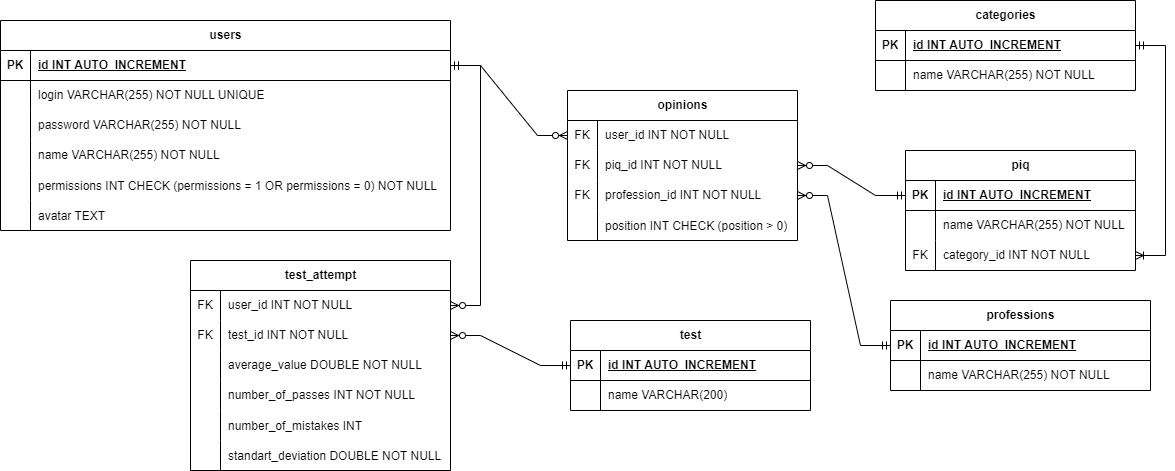
naku0/OPDOPDOPD keeps this draw.io diagram as labaOPDOPDOPD/db_things/opdopdopd.png. Above is the earlier version. Source tidied: cells renumbered, new cells last; positions are measured from the earlier drawing's top-left corner, leaving out a move shared by most shapes.
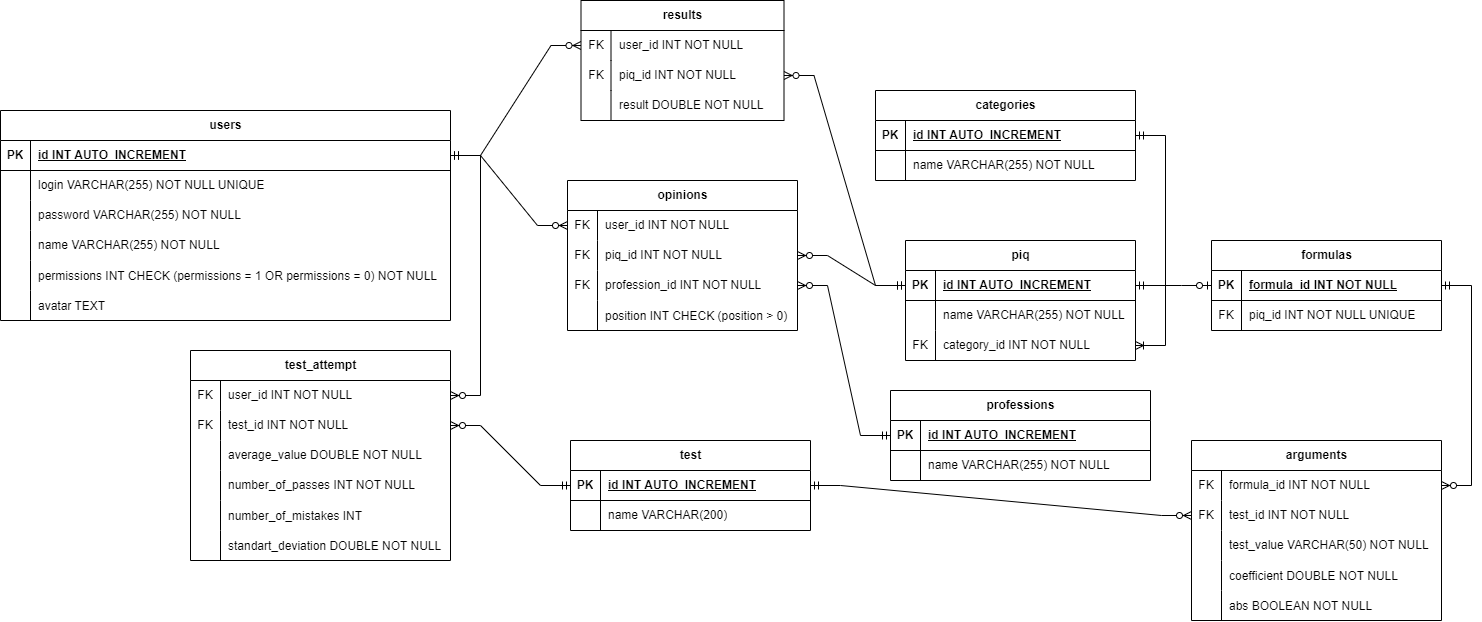
The same file after the commit.

Commit message:
заготовки для работы с формулами

Diff of the diagram source:
```diff
@@ -183,7 +183,7 @@
       <mxGeometry relative="1" as="geometry" />
     </mxCell>
     <mxCell id="62" value="test" style="shape=table;startSize=30;rowLines=0;fontStyle=1;align=center;html=1;" parent="1" vertex="1">
-      <mxGeometry x="570" y="320" width="240" height="90" as="geometry" />
+      <mxGeometry x="570" y="350" width="240" height="90" as="geometry" />
     </mxCell>
     <mxCell id="63" style="shape=tableRow;horizontal=0;startSize=0;swimlaneHead=0;swimlaneBody=0;fillColor=none;points=[[0,0.5],[1,0.5]];portConstraint=eastwest;top=0;left=0;right=0;bottom=1;" parent="62" vertex="1">
       <mxGeometry y="30" width="240" height="30" as="geometry" />
@@ -266,5 +266,119 @@
     <mxCell id="89" style="edgeStyle=entityRelationEdgeStyle;fontSize=12;html=1;endArrow=ERzeroToMany;startArrow=ERmandOne;rounded=0;entryX=1;entryY=0.5;entryDx=0;entryDy=0;exitX=0;exitY=0.5;exitDx=0;exitDy=0;" parent="1" edge="1" source="63" target="73">
       <mxGeometry relative="1" as="geometry" />
     </mxCell>
+    <mxCell id="90" value="results" style="shape=table;startSize=30;rowLines=0;fontStyle=1;align=center;html=1;" parent="1" vertex="1">
+      <mxGeometry x="580.5" y="-90" width="203" height="120" as="geometry" />
+    </mxCell>
+    <mxCell id="91" style="shape=tableRow;horizontal=0;startSize=0;swimlaneHead=0;swimlaneBody=0;fillColor=none;points=[[0,0.5],[1,0.5]];portConstraint=eastwest;top=0;left=0;right=0;bottom=0;" parent="90" vertex="1">
+      <mxGeometry y="30" width="203" height="30" as="geometry" />
+    </mxCell>
+    <mxCell id="92" value="FK" style="shape=partialRectangle;fillColor=none;top=0;left=0;bottom=0;right=0;overflow=hidden;whiteSpace=wrap;html=1;" parent="91" vertex="1">
+      <mxGeometry width="30" height="30" as="geometry" />
+    </mxCell>
+    <mxCell id="93" value="user_id INT NOT NULL" style="shape=partialRectangle;fillColor=none;top=0;left=0;bottom=0;right=0;align=left;spacingLeft=6;overflow=hidden;whiteSpace=wrap;html=1;" parent="91" vertex="1">
+      <mxGeometry x="30" width="173" height="30" as="geometry" />
+    </mxCell>
+    <mxCell id="94" style="shape=tableRow;horizontal=0;startSize=0;swimlaneHead=0;swimlaneBody=0;fillColor=none;points=[[0,0.5],[1,0.5]];portConstraint=eastwest;top=0;left=0;right=0;bottom=0;" parent="90" vertex="1">
+      <mxGeometry y="60" width="203" height="30" as="geometry" />
+    </mxCell>
+    <mxCell id="95" value="FK" style="shape=partialRectangle;fillColor=none;top=0;left=0;bottom=0;right=0;overflow=hidden;whiteSpace=wrap;html=1;" parent="94" vertex="1">
+      <mxGeometry width="30" height="30" as="geometry" />
+    </mxCell>
+    <mxCell id="96" value="piq_id INT NOT NULL" style="shape=partialRectangle;fillColor=none;top=0;left=0;bottom=0;right=0;align=left;spacingLeft=6;overflow=hidden;whiteSpace=wrap;html=1;" parent="94" vertex="1">
+      <mxGeometry x="30" width="173" height="30" as="geometry" />
+    </mxCell>
+    <mxCell id="97" style="shape=tableRow;horizontal=0;startSize=0;swimlaneHead=0;swimlaneBody=0;fillColor=none;top=0;left=0;right=0;bottom=0;" parent="90" vertex="1">
+      <mxGeometry y="90" width="203" height="30" as="geometry" />
+    </mxCell>
+    <mxCell id="98" style="shape=partialRectangle;fillColor=none;top=0;left=0;bottom=0;right=0;overflow=hidden;whiteSpace=wrap;html=1;" parent="97" vertex="1">
+      <mxGeometry width="30" height="30" as="geometry" />
+    </mxCell>
+    <mxCell id="99" value="result DOUBLE NOT NULL" style="shape=partialRectangle;fillColor=none;top=0;left=0;bottom=0;right=0;align=left;spacingLeft=6;overflow=hidden;whiteSpace=wrap;html=1;" parent="97" vertex="1">
+      <mxGeometry x="30" width="173" height="30" as="geometry" />
+    </mxCell>
+    <mxCell id="100" style="edgeStyle=entityRelationEdgeStyle;fontSize=12;html=1;endArrow=ERzeroToMany;startArrow=ERmandOne;rounded=0;exitX=1;exitY=0.5;exitDx=0;exitDy=0;entryX=0;entryY=0.5;entryDx=0;entryDy=0;" parent="1" edge="1" source="3" target="91">
+      <mxGeometry relative="1" as="geometry" />
+    </mxCell>
+    <mxCell id="101" style="edgeStyle=entityRelationEdgeStyle;fontSize=12;html=1;endArrow=ERzeroToMany;startArrow=ERmandOne;rounded=0;entryX=1;entryY=0.5;entryDx=0;entryDy=0;exitX=0;exitY=0.5;exitDx=0;exitDy=0;" parent="1" edge="1" source="36" target="94">
+      <mxGeometry relative="1" as="geometry" />
+    </mxCell>
+    <mxCell id="102" value="formulas" style="shape=table;startSize=30;rowLines=0;fontStyle=1;align=center;html=1;" parent="1" vertex="1">
+      <mxGeometry x="1211" y="150" width="230" height="90" as="geometry" />
+    </mxCell>
+    <mxCell id="103" style="shape=tableRow;horizontal=0;startSize=0;swimlaneHead=0;swimlaneBody=0;fillColor=none;points=[[0,0.5],[1,0.5]];portConstraint=eastwest;top=0;left=0;right=0;bottom=1;" parent="102" vertex="1">
+      <mxGeometry y="30" width="230" height="30" as="geometry" />
+    </mxCell>
+    <mxCell id="104" value="PK" style="shape=partialRectangle;fillColor=none;top=0;left=0;bottom=0;right=0;fontStyle=1;overflow=hidden;whiteSpace=wrap;html=1;" parent="103" vertex="1">
+      <mxGeometry width="30" height="30" as="geometry" />
+    </mxCell>
+    <mxCell id="105" value="formula_id INT NOT NULL" style="shape=partialRectangle;fillColor=none;top=0;left=0;bottom=0;right=0;align=left;spacingLeft=6;fontStyle=5;overflow=hidden;whiteSpace=wrap;html=1;" parent="103" vertex="1">
+      <mxGeometry x="30" width="200" height="30" as="geometry" />
+    </mxCell>
+    <mxCell id="106" style="shape=tableRow;horizontal=0;startSize=0;swimlaneHead=0;swimlaneBody=0;fillColor=none;top=0;left=0;right=0;bottom=0;" parent="102" vertex="1">
+      <mxGeometry y="60" width="230" height="30" as="geometry" />
+    </mxCell>
+    <mxCell id="107" value="FK" style="shape=partialRectangle;fillColor=none;top=0;left=0;bottom=0;right=0;overflow=hidden;whiteSpace=wrap;html=1;" parent="106" vertex="1">
+      <mxGeometry width="30" height="30" as="geometry" />
+    </mxCell>
+    <mxCell id="108" value="piq_id INT NOT NULL UNIQUE" style="shape=partialRectangle;fillColor=none;top=0;left=0;bottom=0;right=0;align=left;spacingLeft=6;overflow=hidden;whiteSpace=wrap;html=1;" parent="106" vertex="1">
+      <mxGeometry x="30" width="200" height="30" as="geometry" />
+    </mxCell>
+    <mxCell id="109" style="edgeStyle=entityRelationEdgeStyle;fontSize=12;html=1;endArrow=ERzeroToOne;startArrow=ERmandOne;rounded=0;entryX=0;entryY=0.5;entryDx=0;entryDy=0;exitX=1;exitY=0.5;exitDx=0;exitDy=0;" parent="1" edge="1" source="36" target="103">
+      <mxGeometry relative="1" as="geometry" />
+    </mxCell>
+    <mxCell id="110" value="arguments" style="shape=table;startSize=30;rowLines=0;fontStyle=1;align=center;html=1;" parent="1" vertex="1">
+      <mxGeometry x="1191" y="350" width="250" height="180" as="geometry" />
+    </mxCell>
+    <mxCell id="111" style="shape=tableRow;horizontal=0;startSize=0;swimlaneHead=0;swimlaneBody=0;fillColor=none;points=[[0,0.5],[1,0.5]];portConstraint=eastwest;top=0;left=0;right=0;bottom=0;" parent="110" vertex="1">
+      <mxGeometry y="30" width="250" height="30" as="geometry" />
+    </mxCell>
+    <mxCell id="112" value="FK" style="shape=partialRectangle;fillColor=none;top=0;left=0;bottom=0;right=0;overflow=hidden;whiteSpace=wrap;html=1;" parent="111" vertex="1">
+      <mxGeometry width="30" height="30" as="geometry" />
+    </mxCell>
+    <mxCell id="113" value="formula_id INT NOT NULL" style="shape=partialRectangle;fillColor=none;top=0;left=0;bottom=0;right=0;align=left;spacingLeft=6;overflow=hidden;whiteSpace=wrap;html=1;" parent="111" vertex="1">
+      <mxGeometry x="30" width="220" height="30" as="geometry" />
+    </mxCell>
+    <mxCell id="114" style="shape=tableRow;horizontal=0;startSize=0;swimlaneHead=0;swimlaneBody=0;fillColor=none;points=[[0,0.5],[1,0.5]];portConstraint=eastwest;top=0;left=0;right=0;bottom=0;" parent="110" vertex="1">
+      <mxGeometry y="60" width="250" height="30" as="geometry" />
+    </mxCell>
+    <mxCell id="115" value="FK" style="shape=partialRectangle;fillColor=none;top=0;left=0;bottom=0;right=0;overflow=hidden;whiteSpace=wrap;html=1;" parent="114" vertex="1">
+      <mxGeometry width="30" height="30" as="geometry" />
+    </mxCell>
+    <mxCell id="116" value="test_id INT NOT NULL" style="shape=partialRectangle;fillColor=none;top=0;left=0;bottom=0;right=0;align=left;spacingLeft=6;overflow=hidden;whiteSpace=wrap;html=1;" parent="114" vertex="1">
+      <mxGeometry x="30" width="220" height="30" as="geometry" />
+    </mxCell>
+    <mxCell id="117" style="shape=tableRow;horizontal=0;startSize=0;swimlaneHead=0;swimlaneBody=0;fillColor=none;top=0;left=0;right=0;bottom=0;" parent="110" vertex="1">
+      <mxGeometry y="90" width="250" height="30" as="geometry" />
+    </mxCell>
+    <mxCell id="118" style="shape=partialRectangle;fillColor=none;top=0;left=0;bottom=0;right=0;overflow=hidden;whiteSpace=wrap;html=1;" parent="117" vertex="1">
+      <mxGeometry width="30" height="30" as="geometry" />
+    </mxCell>
+    <mxCell id="119" value="test_value VARCHAR(50) NOT NULL" style="shape=partialRectangle;fillColor=none;top=0;left=0;bottom=0;right=0;align=left;spacingLeft=6;overflow=hidden;whiteSpace=wrap;html=1;" parent="117" vertex="1">
+      <mxGeometry x="30" width="220" height="30" as="geometry" />
+    </mxCell>
+    <mxCell id="120" style="shape=tableRow;horizontal=0;startSize=0;swimlaneHead=0;swimlaneBody=0;fillColor=none;top=0;left=0;right=0;bottom=0;" parent="110" vertex="1">
+      <mxGeometry y="120" width="250" height="30" as="geometry" />
+    </mxCell>
+    <mxCell id="121" style="shape=partialRectangle;fillColor=none;top=0;left=0;bottom=0;right=0;overflow=hidden;" parent="120" vertex="1">
+      <mxGeometry width="30" height="30" as="geometry" />
+    </mxCell>
+    <mxCell id="122" value="coefficient DOUBLE NOT NULL" style="shape=partialRectangle;fillColor=none;top=0;left=0;bottom=0;right=0;align=left;spacingLeft=6;overflow=hidden;" parent="120" vertex="1">
+      <mxGeometry x="30" width="220" height="30" as="geometry" />
+    </mxCell>
+    <mxCell id="123" style="shape=tableRow;horizontal=0;startSize=0;swimlaneHead=0;swimlaneBody=0;fillColor=none;top=0;left=0;right=0;bottom=0;" parent="110" vertex="1">
+      <mxGeometry y="150" width="250" height="30" as="geometry" />
+    </mxCell>
+    <mxCell id="124" style="shape=partialRectangle;fillColor=none;top=0;left=0;bottom=0;right=0;overflow=hidden;" parent="123" vertex="1">
+      <mxGeometry width="30" height="30" as="geometry" />
+    </mxCell>
+    <mxCell id="125" value="abs BOOLEAN NOT NULL" style="shape=partialRectangle;fillColor=none;top=0;left=0;bottom=0;right=0;align=left;spacingLeft=6;overflow=hidden;" parent="123" vertex="1">
+      <mxGeometry x="30" width="220" height="30" as="geometry" />
+    </mxCell>
+    <mxCell id="126" style="edgeStyle=entityRelationEdgeStyle;fontSize=12;html=1;endArrow=ERzeroToMany;startArrow=ERmandOne;rounded=0;entryX=1;entryY=0.5;entryDx=0;entryDy=0;exitX=1;exitY=0.5;exitDx=0;exitDy=0;" parent="1" edge="1" source="103" target="111">
+      <mxGeometry relative="1" as="geometry" />
+    </mxCell>
+    <mxCell id="127" style="edgeStyle=entityRelationEdgeStyle;fontSize=12;html=1;endArrow=ERzeroToMany;startArrow=ERmandOne;rounded=0;exitX=1;exitY=0.5;exitDx=0;exitDy=0;entryX=0;entryY=0.5;entryDx=0;entryDy=0;" parent="1" edge="1" source="63" target="114">
+      <mxGeometry relative="1" as="geometry" />
+    </mxCell>
   </root>
 </mxGraphModel>
```
